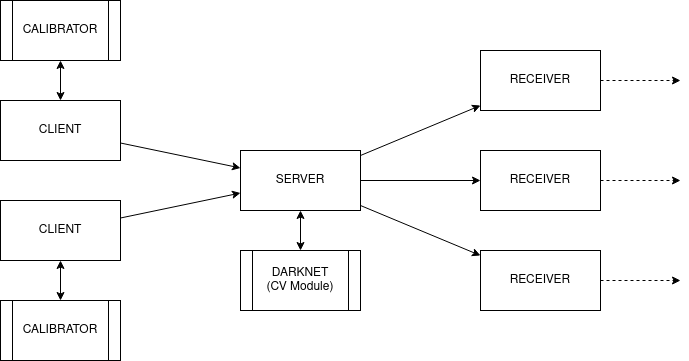
Before: res/architecture.png, a diagram exported from draw.io (mahyarmirrashed/fiducial-tracker). Source tidied: cells renumbered, new cells last; positions are measured from the earlier drawing's top-left corner, leaving out a move shared by most shapes.
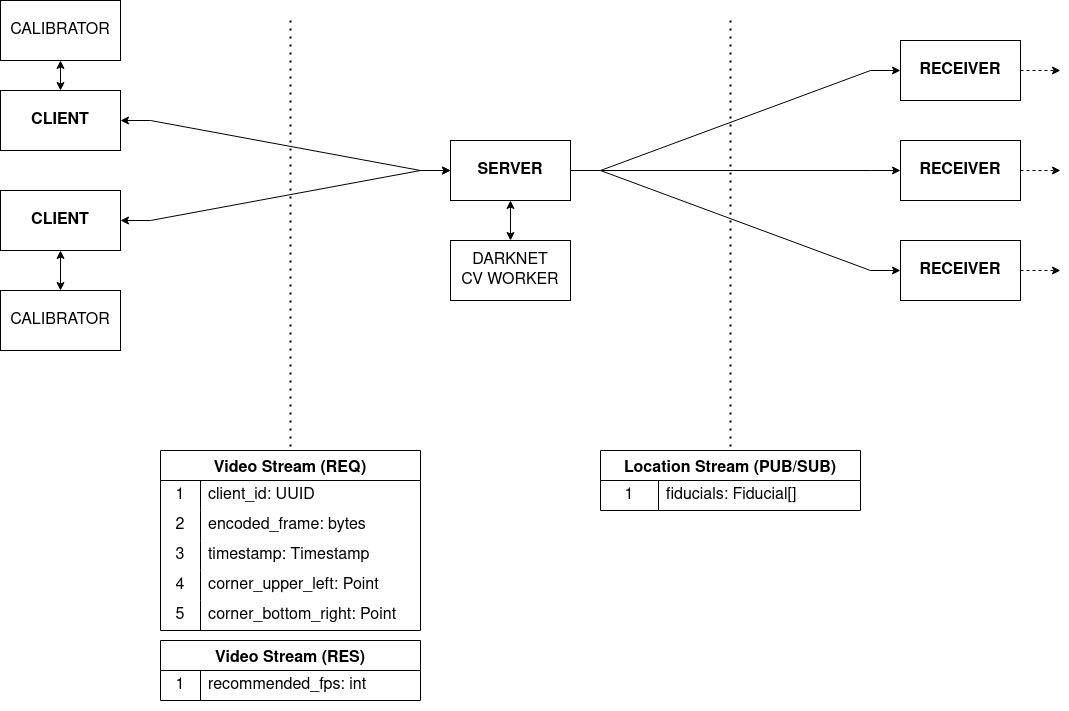
The same diagram one commit later.

Commit message:
docs: update system architecture flowchart

What changed in the source:
```diff
@@ -2,71 +2,159 @@
   <root>
     <mxCell id="0" />
     <mxCell id="1" parent="0" />
-    <mxCell id="2" value="&lt;div&gt;SERVER&lt;/div&gt;" style="rounded=0;whiteSpace=wrap;html=1;" parent="1" vertex="1">
+    <mxCell id="2" value="&lt;div style=&quot;font-size: 16px;&quot;&gt;SERVER&lt;/div&gt;" style="rounded=0;whiteSpace=wrap;html=1;fontSize=16;fontStyle=1;" parent="1" vertex="1">
       <mxGeometry x="240" y="150" width="120" height="60" as="geometry" />
     </mxCell>
-    <mxCell id="3" value="RECEIVER" style="rounded=0;whiteSpace=wrap;html=1;" parent="1" vertex="1">
-      <mxGeometry x="480" y="150" width="120" height="60" as="geometry" />
-    </mxCell>
-    <mxCell id="4" value="RECEIVER" style="rounded=0;whiteSpace=wrap;html=1;" parent="1" vertex="1">
-      <mxGeometry x="480" y="50" width="120" height="60" as="geometry" />
-    </mxCell>
-    <mxCell id="5" value="RECEIVER" style="rounded=0;whiteSpace=wrap;html=1;" parent="1" vertex="1">
-      <mxGeometry x="480" y="250" width="120" height="60" as="geometry" />
-    </mxCell>
-    <mxCell id="6" value="CLIENT" style="rounded=0;whiteSpace=wrap;html=1;" parent="1" vertex="1">
-      <mxGeometry y="200" width="120" height="60" as="geometry" />
-    </mxCell>
-    <mxCell id="7" value="CLIENT" style="rounded=0;whiteSpace=wrap;html=1;" parent="1" vertex="1">
-      <mxGeometry y="100" width="120" height="60" as="geometry" />
-    </mxCell>
-    <mxCell id="8" value="&lt;div&gt;DARKNET&lt;/div&gt;&lt;div&gt;(CV Module)&lt;/div&gt;" style="shape=process;whiteSpace=wrap;html=1;backgroundOutline=1;" parent="1" vertex="1">
-      <mxGeometry x="240" y="250" width="120" height="60" as="geometry" />
-    </mxCell>
-    <mxCell id="9" style="endArrow=classic;startArrow=classic;html=1;rounded=0;" parent="1" edge="1" source="8" target="2">
-      <mxGeometry relative="1" as="geometry" />
-    </mxCell>
-    <mxCell id="10" style="endArrow=classic;html=1;rounded=0;" parent="1" edge="1" source="7" target="2">
-      <mxGeometry relative="1" as="geometry" />
-    </mxCell>
-    <mxCell id="11" style="endArrow=classic;html=1;rounded=0;" parent="1" edge="1" source="6" target="2">
-      <mxGeometry relative="1" as="geometry" />
-    </mxCell>
-    <mxCell id="12" style="endArrow=classic;html=1;rounded=0;" parent="1" edge="1" source="2" target="4">
-      <mxGeometry relative="1" as="geometry" />
-    </mxCell>
-    <mxCell id="13" style="endArrow=classic;html=1;rounded=0;" parent="1" edge="1" source="2" target="3">
-      <mxGeometry relative="1" as="geometry" />
-    </mxCell>
-    <mxCell id="14" style="endArrow=classic;html=1;rounded=0;" parent="1" edge="1" source="2" target="5">
-      <mxGeometry relative="1" as="geometry" />
-    </mxCell>
-    <mxCell id="15" value="CALIBRATOR" style="shape=process;whiteSpace=wrap;html=1;backgroundOutline=1;" parent="1" vertex="1">
-      <mxGeometry width="120" height="60" as="geometry" />
-    </mxCell>
-    <mxCell id="16" style="endArrow=classic;startArrow=classic;html=1;rounded=0;" parent="1" edge="1" source="7" target="15">
-      <mxGeometry relative="1" as="geometry" />
-    </mxCell>
-    <mxCell id="17" value="CALIBRATOR" style="shape=process;whiteSpace=wrap;html=1;backgroundOutline=1;" parent="1" vertex="1">
-      <mxGeometry y="300" width="120" height="60" as="geometry" />
-    </mxCell>
-    <mxCell id="18" style="endArrow=classic;startArrow=classic;html=1;rounded=0;" parent="1" edge="1" source="17" target="6">
-      <mxGeometry relative="1" as="geometry" />
-    </mxCell>
-    <mxCell id="19" style="endArrow=classic;html=1;rounded=0;dashed=1;" parent="1" edge="1" source="4">
-      <mxGeometry relative="1" as="geometry">
-        <mxPoint x="680" y="80" as="targetPoint" />
-      </mxGeometry>
-    </mxCell>
-    <mxCell id="20" style="endArrow=classic;html=1;rounded=0;dashed=1;" parent="1" edge="1" source="3">
-      <mxGeometry relative="1" as="geometry">
-        <mxPoint x="680" y="180" as="targetPoint" />
-      </mxGeometry>
-    </mxCell>
-    <mxCell id="21" style="endArrow=classic;html=1;rounded=0;dashed=1;" parent="1" edge="1" source="5">
-      <mxGeometry relative="1" as="geometry">
-        <mxPoint x="680" y="280" as="targetPoint" />
-      </mxGeometry>
-    </mxCell>
+    <mxCell id="22" value="RECEIVER" style="rounded=0;whiteSpace=wrap;html=1;fontSize=16;fontStyle=1;" parent="1" vertex="1">
+      <mxGeometry x="690" y="150" width="120" height="60" as="geometry" />
+    </mxCell>
+    <mxCell id="23" value="RECEIVER" style="rounded=0;whiteSpace=wrap;html=1;fontSize=16;fontStyle=1;" parent="1" vertex="1">
+      <mxGeometry x="690" y="50" width="120" height="60" as="geometry" />
+    </mxCell>
+    <mxCell id="24" value="RECEIVER" style="rounded=0;whiteSpace=wrap;html=1;fontSize=16;fontStyle=1;" parent="1" vertex="1">
+      <mxGeometry x="690" y="250" width="120" height="60" as="geometry" />
+    </mxCell>
+    <mxCell id="25" value="CLIENT" style="rounded=0;whiteSpace=wrap;html=1;fontSize=16;fontStyle=1;" parent="1" vertex="1">
+      <mxGeometry x="-210" y="200" width="120" height="60" as="geometry" />
+    </mxCell>
+    <mxCell id="26" value="CLIENT" style="rounded=0;whiteSpace=wrap;html=1;fontSize=16;fontStyle=1;" parent="1" vertex="1">
+      <mxGeometry x="-210" y="100" width="120" height="60" as="geometry" />
+    </mxCell>
+    <mxCell id="27" style="endArrow=classic;startArrow=classic;html=1;rounded=0;exitX=0.5;exitY=0;exitDx=0;exitDy=0;" parent="1" edge="1" source="66" target="2">
+      <mxGeometry relative="1" as="geometry" />
+    </mxCell>
+    <mxCell id="28" style="endArrow=classic;html=1;rounded=0;edgeStyle=entityRelationEdgeStyle;startArrow=classic;startFill=1;" parent="1" edge="1" source="26" target="2">
+      <mxGeometry relative="1" as="geometry" />
+    </mxCell>
+    <mxCell id="29" style="endArrow=classic;html=1;rounded=0;edgeStyle=entityRelationEdgeStyle;startArrow=classic;startFill=1;" parent="1" edge="1" source="25" target="2">
+      <mxGeometry relative="1" as="geometry" />
+    </mxCell>
+    <mxCell id="30" style="endArrow=classic;html=1;rounded=0;edgeStyle=entityRelationEdgeStyle;" parent="1" edge="1" source="2" target="23">
+      <mxGeometry relative="1" as="geometry" />
+    </mxCell>
+    <mxCell id="31" style="endArrow=classic;html=1;rounded=0;edgeStyle=entityRelationEdgeStyle;" parent="1" edge="1" source="2" target="22">
+      <mxGeometry relative="1" as="geometry" />
+    </mxCell>
+    <mxCell id="32" style="endArrow=classic;html=1;rounded=0;edgeStyle=entityRelationEdgeStyle;" parent="1" edge="1" source="2" target="24">
+      <mxGeometry relative="1" as="geometry" />
+    </mxCell>
+    <mxCell id="33" style="endArrow=classic;startArrow=classic;html=1;rounded=0;entryX=0.5;entryY=1;entryDx=0;entryDy=0;" parent="1" edge="1" source="26" target="64">
+      <mxGeometry relative="1" as="geometry" />
+    </mxCell>
+    <mxCell id="34" style="endArrow=classic;startArrow=classic;html=1;rounded=0;exitX=0.5;exitY=0;exitDx=0;exitDy=0;" parent="1" edge="1" source="65" target="25">
+      <mxGeometry relative="1" as="geometry" />
+    </mxCell>
+    <mxCell id="35" style="endArrow=classic;html=1;rounded=0;dashed=1;" parent="1" edge="1" source="23">
+      <mxGeometry relative="1" as="geometry">
+        <mxPoint x="850" y="80" as="targetPoint" />
+      </mxGeometry>
+    </mxCell>
+    <mxCell id="36" style="endArrow=classic;html=1;rounded=0;dashed=1;" parent="1" edge="1" source="22">
+      <mxGeometry relative="1" as="geometry">
+        <mxPoint x="850" y="180" as="targetPoint" />
+      </mxGeometry>
+    </mxCell>
+    <mxCell id="37" style="endArrow=classic;html=1;rounded=0;dashed=1;" parent="1" edge="1" source="24">
+      <mxGeometry relative="1" as="geometry">
+        <mxPoint x="850" y="280" as="targetPoint" />
+      </mxGeometry>
+    </mxCell>
+    <mxCell id="38" value="Video Stream (REQ)" style="shape=table;startSize=30;rowLines=0;fontStyle=1;strokeColor=default;fontSize=16;" parent="1" vertex="1">
+      <mxGeometry x="-50" y="460" width="260" height="180" as="geometry" />
+    </mxCell>
+    <mxCell id="39" style="shape=tableRow;horizontal=0;startSize=0;swimlaneHead=0;swimlaneBody=0;top=0;left=0;bottom=0;right=0;fillColor=none;strokeColor=inherit;fontSize=16;" parent="38" vertex="1">
+      <mxGeometry y="30" width="260" height="30" as="geometry" />
+    </mxCell>
+    <mxCell id="40" value="1" style="shape=partialRectangle;html=1;whiteSpace=wrap;fillColor=none;top=0;left=0;bottom=0;right=0;overflow=hidden;strokeColor=inherit;fontSize=16;" parent="39" vertex="1">
+      <mxGeometry width="40" height="30" as="geometry" />
+    </mxCell>
+    <mxCell id="41" value="client_id: UUID" style="shape=partialRectangle;html=1;whiteSpace=wrap;fillColor=none;top=0;left=0;bottom=0;right=0;align=left;spacingLeft=6;overflow=hidden;strokeColor=inherit;fontSize=16;" parent="39" vertex="1">
+      <mxGeometry x="40" width="220" height="30" as="geometry" />
+    </mxCell>
+    <mxCell id="42" style="shape=tableRow;horizontal=0;startSize=0;swimlaneHead=0;swimlaneBody=0;top=0;left=0;bottom=0;right=0;fillColor=none;strokeColor=inherit;fontSize=16;" parent="38" vertex="1">
+      <mxGeometry y="60" width="260" height="30" as="geometry" />
+    </mxCell>
+    <mxCell id="43" value="2" style="shape=partialRectangle;html=1;whiteSpace=wrap;fillColor=none;top=0;left=0;bottom=0;right=0;overflow=hidden;strokeColor=inherit;fontSize=16;" parent="42" vertex="1">
+      <mxGeometry width="40" height="30" as="geometry" />
+    </mxCell>
+    <mxCell id="44" value="encoded_frame: bytes" style="shape=partialRectangle;html=1;whiteSpace=wrap;fillColor=none;top=0;left=0;bottom=0;right=0;align=left;spacingLeft=6;overflow=hidden;strokeColor=inherit;fontSize=16;" parent="42" vertex="1">
+      <mxGeometry x="40" width="220" height="30" as="geometry" />
+    </mxCell>
+    <mxCell id="45" style="shape=tableRow;horizontal=0;startSize=0;swimlaneHead=0;swimlaneBody=0;top=0;left=0;bottom=0;right=0;fillColor=none;strokeColor=inherit;fontSize=16;" parent="38" vertex="1">
+      <mxGeometry y="90" width="260" height="30" as="geometry" />
+    </mxCell>
+    <mxCell id="46" value="3" style="shape=partialRectangle;html=1;whiteSpace=wrap;fillColor=none;top=0;left=0;bottom=0;right=0;overflow=hidden;strokeColor=inherit;fontSize=16;" parent="45" vertex="1">
+      <mxGeometry width="40" height="30" as="geometry" />
+    </mxCell>
+    <mxCell id="47" value="timestamp: Timestamp" style="shape=partialRectangle;html=1;whiteSpace=wrap;fillColor=none;top=0;left=0;bottom=0;right=0;align=left;spacingLeft=6;overflow=hidden;strokeColor=inherit;fontSize=16;" parent="45" vertex="1">
+      <mxGeometry x="40" width="220" height="30" as="geometry" />
+    </mxCell>
+    <mxCell id="48" style="shape=tableRow;horizontal=0;startSize=0;swimlaneHead=0;swimlaneBody=0;top=0;left=0;bottom=0;right=0;fillColor=none;strokeColor=inherit;fontSize=16;" parent="38" vertex="1">
+      <mxGeometry y="120" width="260" height="30" as="geometry" />
+    </mxCell>
+    <mxCell id="49" value="4" style="shape=partialRectangle;html=1;whiteSpace=wrap;fillColor=none;top=0;left=0;bottom=0;right=0;overflow=hidden;strokeColor=inherit;fontSize=16;" parent="48" vertex="1">
+      <mxGeometry width="40" height="30" as="geometry" />
+    </mxCell>
+    <mxCell id="50" value="corner_upper_left: Point" style="shape=partialRectangle;html=1;whiteSpace=wrap;fillColor=none;top=0;left=0;bottom=0;right=0;align=left;spacingLeft=6;overflow=hidden;strokeColor=inherit;fontSize=16;" parent="48" vertex="1">
+      <mxGeometry x="40" width="220" height="30" as="geometry" />
+    </mxCell>
+    <mxCell id="51" style="shape=tableRow;horizontal=0;startSize=0;swimlaneHead=0;swimlaneBody=0;top=0;left=0;bottom=0;right=0;fillColor=none;strokeColor=inherit;fontSize=16;" parent="38" vertex="1">
+      <mxGeometry y="150" width="260" height="30" as="geometry" />
+    </mxCell>
+    <mxCell id="52" value="5" style="shape=partialRectangle;html=1;whiteSpace=wrap;fillColor=none;top=0;left=0;bottom=0;right=0;overflow=hidden;strokeColor=inherit;fontSize=16;" parent="51" vertex="1">
+      <mxGeometry width="40" height="30" as="geometry" />
+    </mxCell>
+    <mxCell id="53" value="corner_bottom_right: Point" style="shape=partialRectangle;html=1;whiteSpace=wrap;fillColor=none;top=0;left=0;bottom=0;right=0;align=left;spacingLeft=6;overflow=hidden;strokeColor=inherit;fontSize=16;" parent="51" vertex="1">
+      <mxGeometry x="40" width="220" height="30" as="geometry" />
+    </mxCell>
+    <mxCell id="54" style="shape=tableRow;horizontal=0;startSize=0;swimlaneHead=0;swimlaneBody=0;top=0;left=0;bottom=0;right=0;fillColor=none;strokeColor=inherit;fontSize=16;" parent="1" vertex="1">
+      <mxGeometry x="-10" y="660" width="180" height="30" as="geometry" />
+    </mxCell>
+    <mxCell id="55" style="shape=tableRow;horizontal=0;startSize=0;swimlaneHead=0;swimlaneBody=0;top=0;left=0;bottom=0;right=0;fillColor=none;strokeColor=inherit;fontSize=16;" parent="1" vertex="1">
+      <mxGeometry x="-10" y="690" width="180" height="30" as="geometry" />
+    </mxCell>
+    <mxCell id="56" value="Location Stream (PUB/SUB)" style="shape=table;startSize=30;rowLines=0;fontStyle=1;strokeColor=default;fontSize=16;" parent="1" vertex="1">
+      <mxGeometry x="390" y="460" width="260" height="60" as="geometry" />
+    </mxCell>
+    <mxCell id="57" style="shape=tableRow;horizontal=0;startSize=0;swimlaneHead=0;swimlaneBody=0;top=0;left=0;bottom=0;right=0;fillColor=none;strokeColor=inherit;fontSize=16;" parent="56" vertex="1">
+      <mxGeometry y="30" width="260" height="30" as="geometry" />
+    </mxCell>
+    <mxCell id="58" value="1" style="shape=partialRectangle;html=1;whiteSpace=wrap;fillColor=none;top=0;left=0;bottom=0;right=0;overflow=hidden;strokeColor=inherit;fontSize=16;" parent="57" vertex="1">
+      <mxGeometry width="58" height="30" as="geometry" />
+    </mxCell>
+    <mxCell id="59" value="fiducials: Fiducial[]" style="shape=partialRectangle;html=1;whiteSpace=wrap;fillColor=none;top=0;left=0;bottom=0;right=0;align=left;spacingLeft=6;overflow=hidden;strokeColor=inherit;fontSize=16;" parent="57" vertex="1">
+      <mxGeometry x="58" width="202" height="30" as="geometry" />
+    </mxCell>
+    <mxCell id="60" value="Video Stream (RES)" style="shape=table;startSize=30;rowLines=0;fontStyle=1;strokeColor=default;fontSize=16;" parent="1" vertex="1">
+      <mxGeometry x="-50" y="650" width="260" height="60" as="geometry" />
+    </mxCell>
+    <mxCell id="61" style="shape=tableRow;horizontal=0;startSize=0;swimlaneHead=0;swimlaneBody=0;top=0;left=0;bottom=0;right=0;fillColor=none;strokeColor=inherit;fontSize=16;" parent="60" vertex="1">
+      <mxGeometry y="30" width="260" height="30" as="geometry" />
+    </mxCell>
+    <mxCell id="62" value="1" style="shape=partialRectangle;html=1;whiteSpace=wrap;fillColor=none;top=0;left=0;bottom=0;right=0;overflow=hidden;strokeColor=inherit;fontSize=16;" parent="61" vertex="1">
+      <mxGeometry width="40" height="30" as="geometry" />
+    </mxCell>
+    <mxCell id="63" value="recommended_fps: int" style="shape=partialRectangle;html=1;whiteSpace=wrap;fillColor=none;top=0;left=0;bottom=0;right=0;align=left;spacingLeft=6;overflow=hidden;strokeColor=inherit;fontSize=16;" parent="61" vertex="1">
+      <mxGeometry x="40" width="220" height="30" as="geometry" />
+    </mxCell>
+    <mxCell id="64" value="CALIBRATOR" style="rounded=0;whiteSpace=wrap;html=1;fontSize=16;" parent="1" vertex="1">
+      <mxGeometry x="-210" y="10" width="120" height="60" as="geometry" />
+    </mxCell>
+    <mxCell id="65" value="CALIBRATOR" style="rounded=0;whiteSpace=wrap;html=1;fontSize=16;" parent="1" vertex="1">
+      <mxGeometry x="-210" y="300" width="120" height="60" as="geometry" />
+    </mxCell>
+    <mxCell id="66" value="&lt;div&gt;DARKNET&lt;/div&gt;&lt;div&gt;CV WORKER&lt;br&gt;&lt;/div&gt;" style="rounded=0;whiteSpace=wrap;html=1;fontSize=16;" parent="1" vertex="1">
+      <mxGeometry x="240" y="250" width="120" height="60" as="geometry" />
+    </mxCell>
+    <mxCell id="67" style="endArrow=none;dashed=1;html=1;dashPattern=1 3;strokeWidth=2;rounded=0;fontSize=16;entryX=0.5;entryY=0;entryDx=0;entryDy=0;" parent="1" edge="1" target="38">
+      <mxGeometry relative="1" as="geometry">
+        <mxPoint x="80" y="30" as="sourcePoint" />
+      </mxGeometry>
+    </mxCell>
+    <mxCell id="68" style="endArrow=none;dashed=1;html=1;dashPattern=1 3;strokeWidth=2;rounded=0;fontSize=16;entryX=0.5;entryY=0;entryDx=0;entryDy=0;" parent="1" edge="1" target="56">
+      <mxGeometry relative="1" as="geometry">
+        <mxPoint x="520" y="30" as="sourcePoint" />
+      </mxGeometry>
+    </mxCell>
   </root>
 </mxGraphModel>
```
